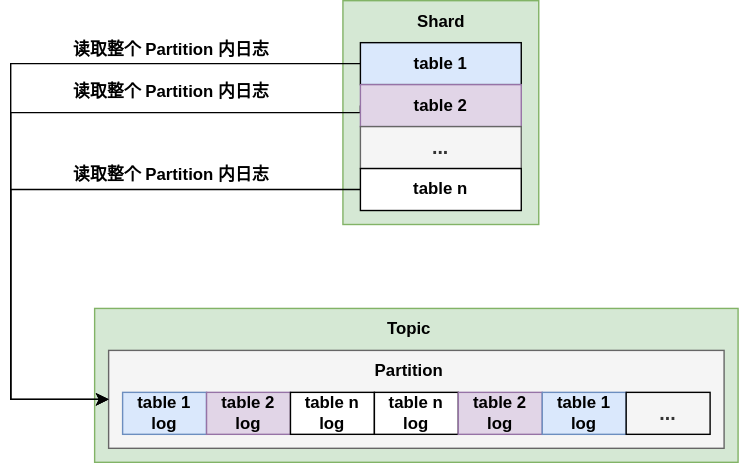
Earlier version of the draw.io export kafkawal.drawio.svg (Rachelint/drawio-store). Source tidied: cells renumbered, new cells last; positions are measured from the earlier drawing's top-left corner, leaving out a move shared by most shapes.
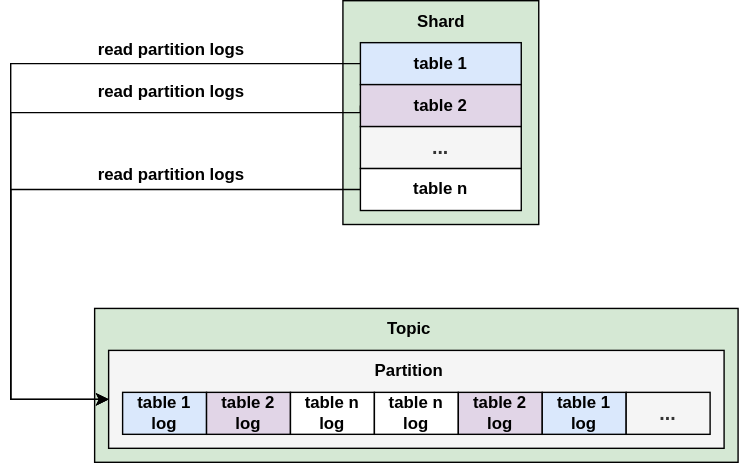
After the change.

The edit, as a diff of the source:
```diff
@@ -2,31 +2,31 @@
   <root>
     <mxCell id="0" />
     <mxCell id="1" parent="0" />
-    <mxCell id="2" style="rounded=0;whiteSpace=wrap;html=1;fillColor=#d5e8d4;strokeColor=#82b366;fontStyle=1;" parent="1" vertex="1">
+    <mxCell id="2" style="rounded=0;whiteSpace=wrap;html=1;fillColor=#d5e8d4;strokeColor=#000000;fontStyle=1;" parent="1" vertex="1">
       <mxGeometry x="237.5" width="140" height="160" as="geometry" />
     </mxCell>
-    <mxCell id="3" style="rounded=0;whiteSpace=wrap;html=1;fillColor=#d5e8d4;strokeColor=#82b366;fontStyle=1;" parent="1" vertex="1">
+    <mxCell id="3" style="rounded=0;whiteSpace=wrap;html=1;fillColor=#d5e8d4;strokeColor=#000000;fontStyle=1;" parent="1" vertex="1">
       <mxGeometry x="60" y="220" width="460" height="110" as="geometry" />
     </mxCell>
-    <mxCell id="4" style="rounded=0;whiteSpace=wrap;html=1;fillColor=#f5f5f5;strokeColor=#666666;fontColor=#333333;fontStyle=1;" parent="1" vertex="1">
+    <mxCell id="4" style="rounded=0;whiteSpace=wrap;html=1;fillColor=#f5f5f5;strokeColor=#000000;fontColor=#333333;fontStyle=1;" parent="1" vertex="1">
       <mxGeometry x="70" y="250" width="440" height="70" as="geometry" />
     </mxCell>
-    <mxCell id="5" value="table 1 log" style="rounded=0;whiteSpace=wrap;html=1;labelBackgroundColor=none;fillColor=#dae8fc;strokeColor=#6c8ebf;fontStyle=1;" parent="1" vertex="1">
+    <mxCell id="5" value="table 1 log" style="rounded=0;whiteSpace=wrap;html=1;labelBackgroundColor=none;fillColor=#dae8fc;strokeColor=#000000;fontStyle=1;" parent="1" vertex="1">
       <mxGeometry x="80" y="280" width="60" height="30" as="geometry" />
     </mxCell>
-    <mxCell id="6" value="table 2 log" style="rounded=0;whiteSpace=wrap;html=1;labelBackgroundColor=none;fillColor=#e1d5e7;strokeColor=#9673a6;fontStyle=1;" parent="1" vertex="1">
+    <mxCell id="6" value="table 2 log" style="rounded=0;whiteSpace=wrap;html=1;labelBackgroundColor=none;fillColor=#e1d5e7;strokeColor=#000000;fontStyle=1;" parent="1" vertex="1">
       <mxGeometry x="140" y="280" width="60" height="30" as="geometry" />
     </mxCell>
-    <mxCell id="7" value="table n log" style="rounded=0;whiteSpace=wrap;html=1;labelBackgroundColor=none;fontStyle=1;" parent="1" vertex="1">
+    <mxCell id="7" value="table n log" style="rounded=0;whiteSpace=wrap;html=1;labelBackgroundColor=none;fontStyle=1;strokeColor=#000000;" parent="1" vertex="1">
       <mxGeometry x="200" y="280" width="60" height="30" as="geometry" />
     </mxCell>
-    <mxCell id="8" value="table n log" style="rounded=0;whiteSpace=wrap;html=1;labelBackgroundColor=none;fontStyle=1;" parent="1" vertex="1">
+    <mxCell id="8" value="table n log" style="rounded=0;whiteSpace=wrap;html=1;labelBackgroundColor=none;fontStyle=1;strokeColor=#000000;" parent="1" vertex="1">
       <mxGeometry x="260" y="280" width="60" height="30" as="geometry" />
     </mxCell>
-    <mxCell id="9" value="table 2 log" style="rounded=0;whiteSpace=wrap;html=1;labelBackgroundColor=none;fillColor=#e1d5e7;strokeColor=#9673a6;fontStyle=1;" parent="1" vertex="1">
+    <mxCell id="9" value="table 2 log" style="rounded=0;whiteSpace=wrap;html=1;labelBackgroundColor=none;fillColor=#e1d5e7;strokeColor=#000000;fontStyle=1;" parent="1" vertex="1">
       <mxGeometry x="320" y="280" width="60" height="30" as="geometry" />
     </mxCell>
-    <mxCell id="10" value="table 1 log" style="rounded=0;whiteSpace=wrap;html=1;labelBackgroundColor=none;fillColor=#dae8fc;strokeColor=#6c8ebf;fontStyle=1;" parent="1" vertex="1">
+    <mxCell id="10" value="table 1 log" style="rounded=0;whiteSpace=wrap;html=1;labelBackgroundColor=none;fillColor=#dae8fc;strokeColor=#000000;fontStyle=1;" parent="1" vertex="1">
       <mxGeometry x="380" y="280" width="60" height="30" as="geometry" />
     </mxCell>
     <mxCell id="11" value="&lt;span&gt;&lt;font style=&quot;font-size: 14px;&quot;&gt;...&lt;/font&gt;&lt;/span&gt;" style="rounded=0;whiteSpace=wrap;html=1;labelBackgroundColor=none;fillColor=#f5f5f5;strokeColor=#000000;fontColor=#333333;fontStyle=1;" parent="1" vertex="1">
@@ -38,7 +38,7 @@
     <mxCell id="13" value="Topic" style="text;html=1;strokeColor=none;fillColor=none;align=center;verticalAlign=middle;whiteSpace=wrap;rounded=0;fontStyle=1;" parent="1" vertex="1">
       <mxGeometry x="255" y="220" width="60" height="30" as="geometry" />
     </mxCell>
-    <mxCell id="14" value="读取整个 Partition 内日志" style="text;html=1;strokeColor=none;fillColor=none;align=center;verticalAlign=middle;whiteSpace=wrap;rounded=0;fontStyle=1;" parent="1" vertex="1">
+    <mxCell id="14" value="read partition logs" style="text;html=1;strokeColor=none;fillColor=none;align=center;verticalAlign=middle;whiteSpace=wrap;rounded=0;fontStyle=1;" parent="1" vertex="1">
       <mxGeometry x="40" y="20" width="150" height="30" as="geometry" />
     </mxCell>
     <mxCell id="15" style="edgeStyle=orthogonalEdgeStyle;rounded=0;jettySize=auto;html=1;exitX=0;exitY=0.5;exitDx=0;exitDy=0;entryX=0;entryY=0.5;entryDx=0;entryDy=0;fontStyle=1;" parent="1" edge="1" source="16" target="4">
@@ -60,10 +60,10 @@
         </Array>
       </mxGeometry>
     </mxCell>
-    <mxCell id="18" value="table 2" style="rounded=0;whiteSpace=wrap;html=1;fillColor=#e1d5e7;strokeColor=#9673a6;fontStyle=1;" parent="1" vertex="1">
+    <mxCell id="18" value="table 2" style="rounded=0;whiteSpace=wrap;html=1;fillColor=#e1d5e7;strokeColor=#000000;fontStyle=1;" parent="1" vertex="1">
       <mxGeometry x="250" y="60" width="115" height="30" as="geometry" />
     </mxCell>
-    <mxCell id="19" value="&lt;font style=&quot;font-size: 14px;&quot;&gt;&lt;span&gt;...&lt;/span&gt;&lt;/font&gt;" style="rounded=0;whiteSpace=wrap;html=1;fillColor=#f5f5f5;strokeColor=#666666;fontColor=#333333;fontStyle=1;" parent="1" vertex="1">
+    <mxCell id="19" value="&lt;font style=&quot;font-size: 14px;&quot;&gt;&lt;span&gt;...&lt;/span&gt;&lt;/font&gt;" style="rounded=0;whiteSpace=wrap;html=1;fillColor=#f5f5f5;strokeColor=#000000;fontColor=#333333;fontStyle=1;" parent="1" vertex="1">
       <mxGeometry x="250" y="90" width="115" height="30" as="geometry" />
     </mxCell>
     <mxCell id="20" style="edgeStyle=orthogonalEdgeStyle;rounded=0;jettySize=auto;html=1;exitX=0;exitY=0.5;exitDx=0;exitDy=0;entryX=0;entryY=0.5;entryDx=0;entryDy=0;strokeColor=#000000;fontStyle=1;" parent="1" edge="1" source="21" target="4">
@@ -74,16 +74,16 @@
         </Array>
       </mxGeometry>
     </mxCell>
-    <mxCell id="21" value="table n" style="rounded=0;whiteSpace=wrap;html=1;fontStyle=1;" parent="1" vertex="1">
+    <mxCell id="21" value="table n" style="rounded=0;whiteSpace=wrap;html=1;fontStyle=1;strokeColor=#000000;" parent="1" vertex="1">
       <mxGeometry x="250" y="120" width="115" height="30" as="geometry" />
     </mxCell>
     <mxCell id="22" value="Shard" style="text;html=1;strokeColor=none;fillColor=none;align=center;verticalAlign=middle;whiteSpace=wrap;rounded=0;fontStyle=1;" parent="1" vertex="1">
       <mxGeometry x="278" width="60" height="30" as="geometry" />
     </mxCell>
-    <mxCell id="23" value="读取整个 Partition 内日志" style="text;html=1;strokeColor=none;fillColor=none;align=center;verticalAlign=middle;whiteSpace=wrap;rounded=0;fontStyle=1;" parent="1" vertex="1">
+    <mxCell id="23" value="read partition logs" style="text;html=1;strokeColor=none;fillColor=none;align=center;verticalAlign=middle;whiteSpace=wrap;rounded=0;fontStyle=1;" parent="1" vertex="1">
       <mxGeometry x="40" y="50" width="150" height="30" as="geometry" />
     </mxCell>
-    <mxCell id="24" value="读取整个 Partition 内日志" style="text;html=1;strokeColor=none;fillColor=none;align=center;verticalAlign=middle;whiteSpace=wrap;rounded=0;fontStyle=1;" parent="1" vertex="1">
+    <mxCell id="24" value="read partition logs" style="text;html=1;strokeColor=none;fillColor=none;align=center;verticalAlign=middle;whiteSpace=wrap;rounded=0;fontStyle=1;" parent="1" vertex="1">
       <mxGeometry x="40" y="110" width="150" height="30" as="geometry" />
     </mxCell>
   </root>
```
